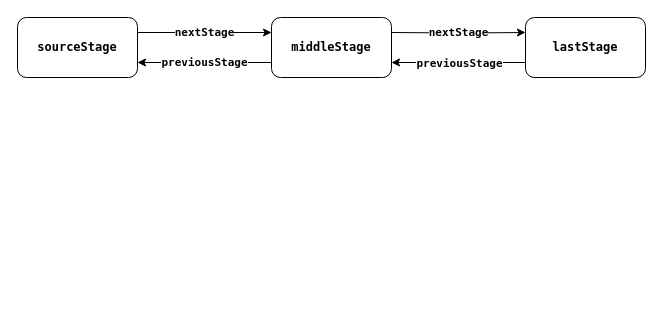
Above: java-se/Stream/未命名绘图.drawio in Xianhuii/draw (draw.io), before the change. Source tidied: cells renumbered, new cells numbered last; positions are measured from the earlier drawing's top-left corner, leaving out a move shared by most shapes. Both pictures are drawn from the tidied source at 100%, with x=0, y=0 at pixel (17, 17).
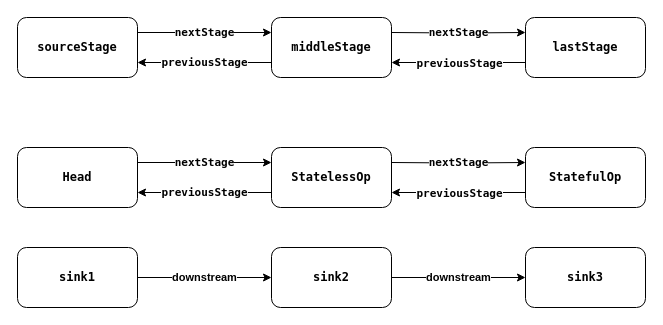
The same page after the edit.

Commit message:
更新未命名绘图.drawio

Change to the diagram source:
```diff
@@
+    <mxCell id="9" value="nextStage" style="edgeStyle=orthogonalEdgeStyle;rounded=0;jettySize=auto;html=1;entryX=0;entryY=0.25;entryDx=0;entryDy=0;exitX=1;exitY=0.25;exitDx=0;exitDy=0;fontStyle=1;fontFamily=Lucida Console;" parent="1" edge="1" source="10" target="11">
+      <mxGeometry relative="1" as="geometry" />
+    </mxCell>
+    <mxCell id="10" value="Head" style="rounded=1;whiteSpace=wrap;html=1;fontStyle=1;fontFamily=Lucida Console;" parent="1" vertex="1">
+      <mxGeometry y="130" width="120" height="60" as="geometry" />
+    </mxCell>
+    <mxCell id="11" value="StatelessOp" style="rounded=1;whiteSpace=wrap;html=1;fontStyle=1;fontFamily=Lucida Console;" parent="1" vertex="1">
+      <mxGeometry x="254" y="130" width="120" height="60" as="geometry" />
+    </mxCell>
+    <mxCell id="12" value="previousStage" style="edgeStyle=orthogonalEdgeStyle;rounded=0;jettySize=auto;html=1;exitX=0;exitY=0.75;exitDx=0;exitDy=0;entryX=1;entryY=0.75;entryDx=0;entryDy=0;fontStyle=1;fontFamily=Lucida Console;" parent="1" edge="1" source="11" target="10">
+      <mxGeometry relative="1" as="geometry" />
+    </mxCell>
+    <mxCell id="13" value="nextStage" style="edgeStyle=orthogonalEdgeStyle;rounded=0;jettySize=auto;html=1;entryX=0;entryY=0.25;entryDx=0;entryDy=0;exitX=1;exitY=0.25;exitDx=0;exitDy=0;fontStyle=1;fontFamily=Lucida Console;" parent="1" edge="1" target="14">
+      <mxGeometry relative="1" as="geometry">
+        <mxPoint x="374" y="145" as="sourcePoint" />
+      </mxGeometry>
+    </mxCell>
+    <mxCell id="14" value="&lt;span&gt;StatefulOp&lt;/span&gt;" style="rounded=1;whiteSpace=wrap;html=1;fontStyle=1;fontFamily=Lucida Console;" parent="1" vertex="1">
+      <mxGeometry x="508" y="130" width="120" height="60" as="geometry" />
+    </mxCell>
+    <mxCell id="15" value="previousStage" style="edgeStyle=orthogonalEdgeStyle;rounded=0;jettySize=auto;html=1;exitX=0;exitY=0.75;exitDx=0;exitDy=0;entryX=1;entryY=0.75;entryDx=0;entryDy=0;fontStyle=1;fontFamily=Lucida Console;" parent="1" edge="1" source="14">
+      <mxGeometry relative="1" as="geometry">
+        <mxPoint x="374" y="175" as="targetPoint" />
+      </mxGeometry>
+    </mxCell>
+    <mxCell id="16" value="downstream" style="edgeStyle=orthogonalEdgeStyle;rounded=0;jettySize=auto;html=1;exitX=1;exitY=0.5;exitDx=0;exitDy=0;entryX=0;entryY=0.5;entryDx=0;entryDy=0;fontStyle=1;" parent="1" edge="1" source="17" target="19">
+      <mxGeometry relative="1" as="geometry" />
+    </mxCell>
+    <mxCell id="17" value="sink1" style="rounded=1;whiteSpace=wrap;html=1;fontStyle=1;fontFamily=Lucida Console;" parent="1" vertex="1">
+      <mxGeometry y="230" width="120" height="60" as="geometry" />
+    </mxCell>
+    <mxCell id="18" value="downstream" style="edgeStyle=orthogonalEdgeStyle;rounded=0;jettySize=auto;html=1;exitX=1;exitY=0.5;exitDx=0;exitDy=0;entryX=0;entryY=0.5;entryDx=0;entryDy=0;fontStyle=1;" parent="1" edge="1" source="19" target="20">
+      <mxGeometry relative="1" as="geometry" />
+    </mxCell>
+    <mxCell id="19" value="sink2" style="rounded=1;whiteSpace=wrap;html=1;fontStyle=1;fontFamily=Lucida Console;" parent="1" vertex="1">
+      <mxGeometry x="254" y="230" width="120" height="60" as="geometry" />
+    </mxCell>
+    <mxCell id="20" value="&lt;span&gt;sink3&lt;/span&gt;" style="rounded=1;whiteSpace=wrap;html=1;fontStyle=1;fontFamily=Lucida Console;" parent="1" vertex="1">
+      <mxGeometry x="508" y="230" width="120" height="60" as="geometry" />
+    </mxCell>
```
